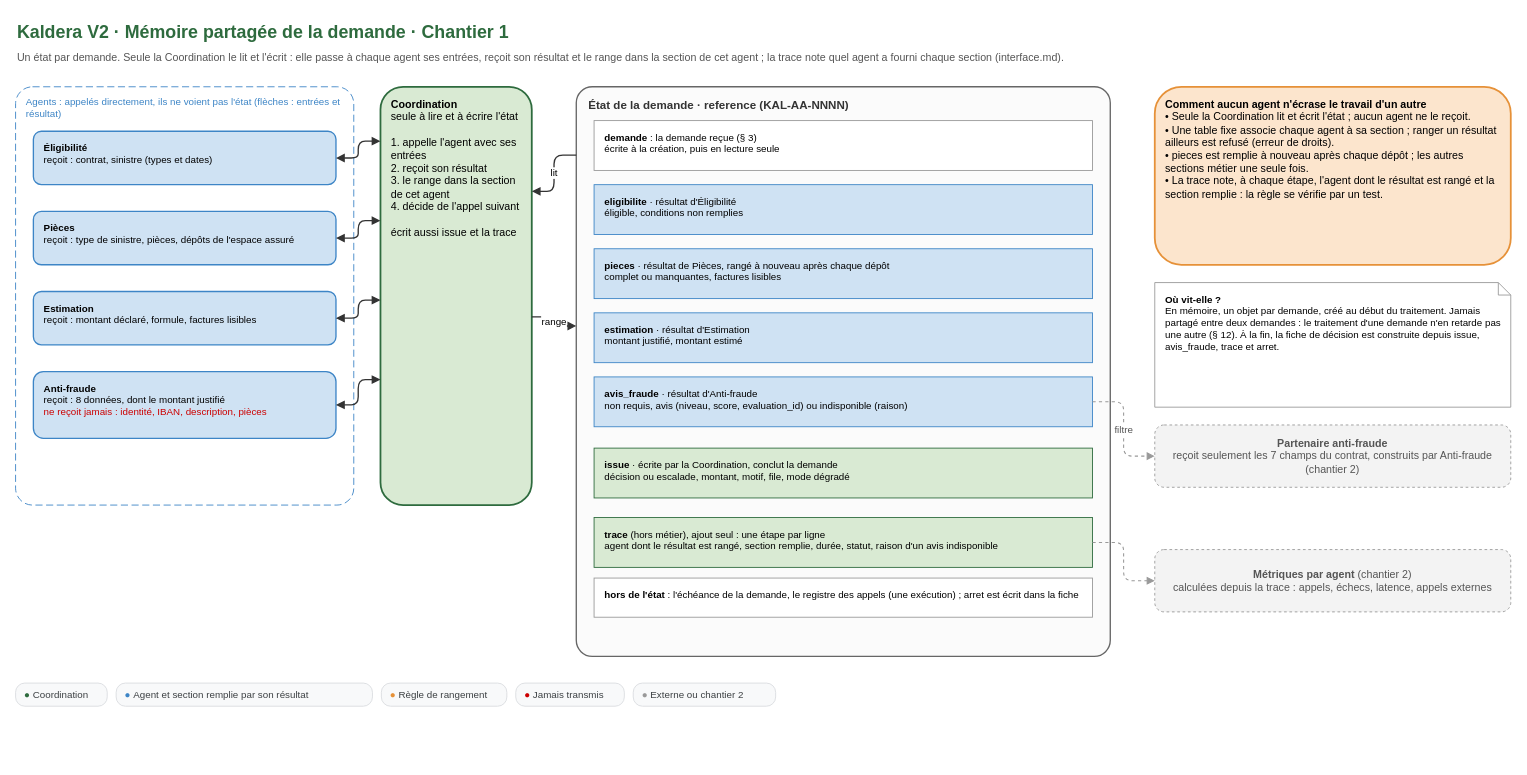
This is conception/schemas/schema-3-memoire-partagee.drawio from Ganda15/kaldera-bout-en-bout_v2, a draw.io file, before an edit. Source tidied: cells renumbered, new cells numbered last; positions are measured from the earlier drawing's top-left corner, leaving out a move shared by most shapes. Both pictures are drawn from the tidied source at 89%, with x=0, y=0 at pixel (15, 15).
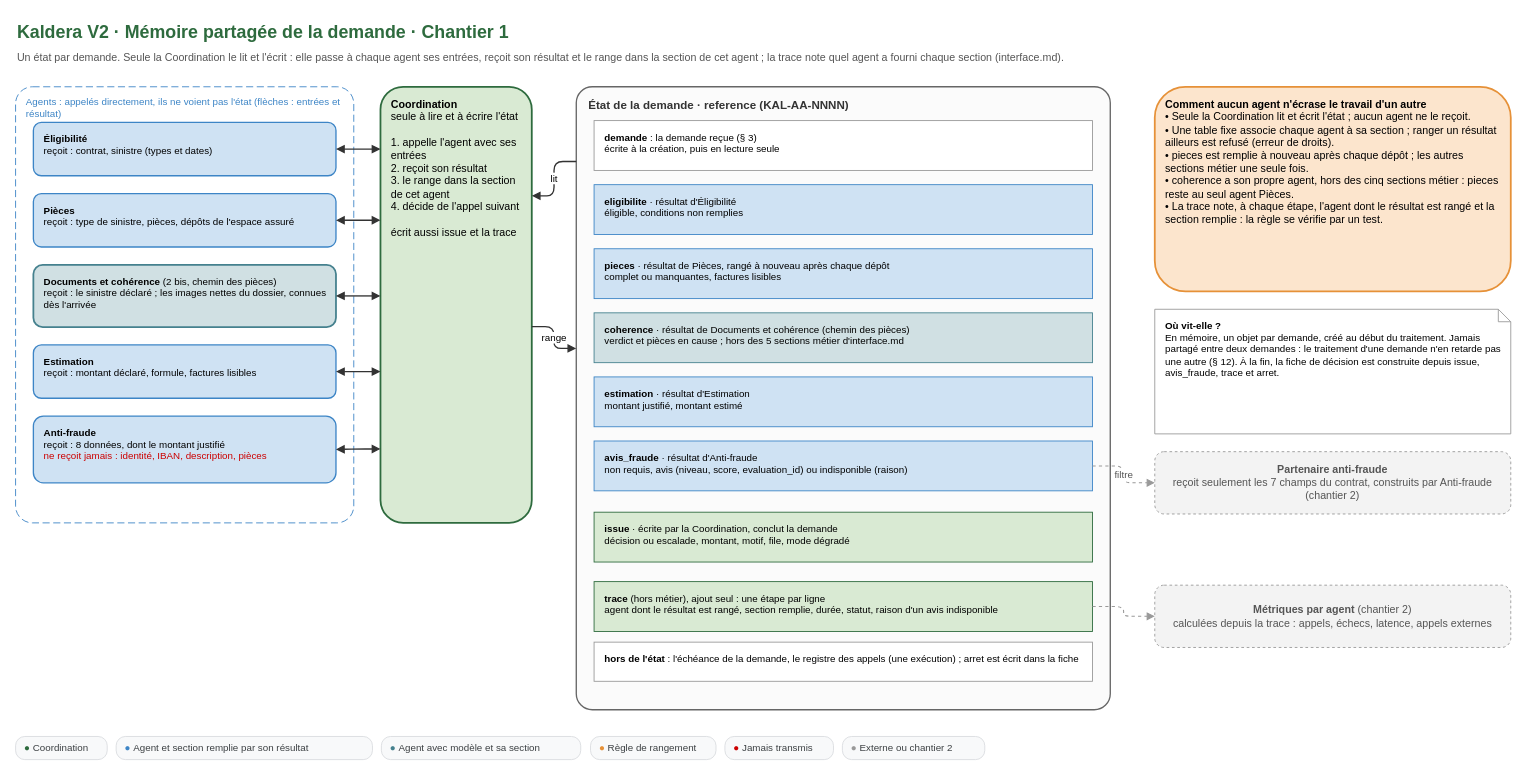
After the change.

Commit message (it also covers changes not shown here):
docs(schemas): schemas 0, 2, 3, 7 et N0 alignes sur l'agent Documents et coherence (depot de conception 9387fa4)

The edit, as a diff of the source:
```diff
@@
     <mxCell id="4" value="Agents : appelés directement, ils ne voient pas l'état (flèches : entrées et résultat)" style="rounded=1;arcSize=5;whiteSpace=wrap;html=1;fillColor=none;strokeColor=#3d85c6;dashed=1;dashPattern=8 4;verticalAlign=top;align=left;spacingLeft=10;spacingTop=4;fontFamily=Arial;fontSize=11;fontColor=#3d85c6;" parent="1" vertex="1">
-      <mxGeometry y="80" width="380" height="470" as="geometry" />
+      <mxGeometry y="80" width="380" height="490" as="geometry" />
     </mxCell>
     <mxCell id="5" value="&lt;b&gt;Éligibilité&lt;/b&gt;&lt;br&gt;reçoit : contrat, sinistre (types et dates)" style="whiteSpace=wrap;html=1;fontFamily=Arial;fontSize=12;align=left;spacingLeft=10;spacingRight=8;verticalAlign=top;spacingTop=6;rounded=1;fillColor=#cfe2f3;strokeColor=#3d85c6;strokeWidth=1.5;fontSize=11;" parent="1" vertex="1">
-      <mxGeometry x="20" y="130" width="340" height="60" as="geometry" />
+      <mxGeometry x="20" y="120" width="340" height="60" as="geometry" />
     </mxCell>
     <mxCell id="6" value="&lt;b&gt;Pièces&lt;/b&gt;&lt;br&gt;reçoit : type de sinistre, pièces, dépôts de l'espace assuré" style="whiteSpace=wrap;html=1;fontFamily=Arial;fontSize=12;align=left;spacingLeft=10;spacingRight=8;verticalAlign=top;spacingTop=6;rounded=1;fillColor=#cfe2f3;strokeColor=#3d85c6;strokeWidth=1.5;fontSize=11;" parent="1" vertex="1">
-      <mxGeometry x="20" y="220" width="340" height="60" as="geometry" />
+      <mxGeometry x="20" y="200" width="340" height="60" as="geometry" />
     </mxCell>
+    <mxCell id="36" value="&lt;b&gt;Documents et cohérence&lt;/b&gt; (2 bis, chemin des pièces)&lt;br&gt;reçoit : le sinistre déclaré ; les images nettes du dossier, connues dès l'arrivée" style="whiteSpace=wrap;html=1;fontFamily=Arial;fontSize=12;align=left;spacingLeft=10;spacingRight=8;verticalAlign=top;spacingTop=6;rounded=1;fillColor=#d0e0e3;strokeColor=#45818e;strokeWidth=2;fontSize=11;" parent="1" vertex="1">
+      <mxGeometry x="20" y="280" width="340" height="70" as="geometry" />
+    </mxCell>
     <mxCell id="7" value="&lt;b&gt;Estimation&lt;/b&gt;&lt;br&gt;reçoit : montant déclaré, formule, factures lisibles" style="whiteSpace=wrap;html=1;fontFamily=Arial;fontSize=12;align=left;spacingLeft=10;spacingRight=8;verticalAlign=top;spacingTop=6;rounded=1;fillColor=#cfe2f3;strokeColor=#3d85c6;strokeWidth=1.5;fontSize=11;" parent="1" vertex="1">
-      <mxGeometry x="20" y="310" width="340" height="60" as="geometry" />
+      <mxGeometry x="20" y="370" width="340" height="60" as="geometry" />
     </mxCell>
     <mxCell id="8" value="&lt;b&gt;Anti-fraude&lt;/b&gt;&lt;br&gt;reçoit : 8 données, dont le montant justifié&lt;br&gt;&lt;font color=&quot;#cc0000&quot;&gt;ne reçoit jamais : identité, IBAN, description, pièces&lt;/font&gt;" style="whiteSpace=wrap;html=1;fontFamily=Arial;fontSize=12;align=left;spacingLeft=10;spacingRight=8;verticalAlign=top;spacingTop=6;rounded=1;fillColor=#cfe2f3;strokeColor=#3d85c6;strokeWidth=1.5;fontSize=11;" parent="1" vertex="1">
-      <mxGeometry x="20" y="400" width="340" height="75" as="geometry" />
+      <mxGeometry x="20" y="450" width="340" height="75" as="geometry" />
     </mxCell>
     <mxCell id="9" value="&lt;b&gt;Coordination&lt;/b&gt;&lt;br&gt;seule à lire et à écrire l'état&lt;br&gt;&lt;br&gt;1. appelle l'agent avec ses entrées&lt;br&gt;2. reçoit son résultat&lt;br&gt;3. le range dans la section de cet agent&lt;br&gt;4. décide de l'appel suivant&lt;br&gt;&lt;br&gt;écrit aussi issue et la trace" style="whiteSpace=wrap;html=1;fontFamily=Arial;fontSize=12;align=left;spacingLeft=10;spacingRight=8;verticalAlign=top;spacingTop=6;rounded=1;fillColor=#d9ead3;strokeColor=#2E6B3E;strokeWidth=2;" parent="1" vertex="1">
-      <mxGeometry x="410" y="80" width="170" height="470" as="geometry" />
+      <mxGeometry x="410" y="80" width="170" height="490" as="geometry" />
     </mxCell>
     <mxCell id="10" value="État de la demande · reference (KAL-AA-NNNN)" style="rounded=1;arcSize=3;whiteSpace=wrap;html=1;fillColor=#fbfbfb;strokeColor=#666666;strokeWidth=1.5;verticalAlign=top;align=left;spacingLeft=12;spacingTop=6;fontFamily=Arial;fontSize=13;fontStyle=1;fontColor=#333333;" parent="1" vertex="1">
-      <mxGeometry x="630" y="80" width="600" height="640" as="geometry" />
+      <mxGeometry x="630" y="80" width="600" height="700" as="geometry" />
     </mxCell>
@@
+    <mxCell id="37" value="&lt;b&gt;coherence&lt;/b&gt; · résultat de Documents et cohérence (chemin des pièces)&lt;br&gt;verdict et pièces en cause ; hors des 5 sections métier d'interface.md" style="whiteSpace=wrap;html=1;fontFamily=Arial;fontSize=12;align=left;spacingLeft=10;spacingRight=8;verticalAlign=top;spacingTop=6;rounded=0;fillColor=#d0e0e3;strokeColor=#45818e;fontSize=11;" parent="1" vertex="1">
+      <mxGeometry x="650" y="334" width="560" height="56" as="geometry" />
+    </mxCell>
     <mxCell id="14" value="&lt;b&gt;estimation&lt;/b&gt; · résultat d'Estimation&lt;br&gt;montant justifié, montant estimé" style="whiteSpace=wrap;html=1;fontFamily=Arial;fontSize=12;align=left;spacingLeft=10;spacingRight=8;verticalAlign=top;spacingTop=6;rounded=0;fillColor=#cfe2f3;strokeColor=#3d85c6;fontSize=11;" parent="1" vertex="1">
-      <mxGeometry x="650" y="334" width="560" height="56" as="geometry" />
+      <mxGeometry x="650" y="406" width="560" height="56" as="geometry" />
     </mxCell>
     <mxCell id="15" value="&lt;b&gt;avis_fraude&lt;/b&gt; · résultat d'Anti-fraude&lt;br&gt;non requis, avis (niveau, score, evaluation_id) ou indisponible (raison)" style="whiteSpace=wrap;html=1;fontFamily=Arial;fontSize=12;align=left;spacingLeft=10;spacingRight=8;verticalAlign=top;spacingTop=6;rounded=0;fillColor=#cfe2f3;strokeColor=#3d85c6;fontSize=11;" parent="1" vertex="1">
-      <mxGeometry x="650" y="406" width="560" height="56" as="geometry" />
+      <mxGeometry x="650" y="478" width="560" height="56" as="geometry" />
     </mxCell>
     <mxCell id="16" value="&lt;b&gt;issue&lt;/b&gt; · écrite par la Coordination, conclut la demande&lt;br&gt;décision ou escalade, montant, motif, file, mode dégradé" style="whiteSpace=wrap;html=1;fontFamily=Arial;fontSize=12;align=left;spacingLeft=10;spacingRight=8;verticalAlign=top;spacingTop=6;rounded=0;fillColor=#d9ead3;strokeColor=#2E6B3E;fontSize=11;" parent="1" vertex="1">
-      <mxGeometry x="650" y="486" width="560" height="56" as="geometry" />
+      <mxGeometry x="650" y="558" width="560" height="56" as="geometry" />
     </mxCell>
     <mxCell id="17" value="&lt;b&gt;trace&lt;/b&gt; (hors métier), ajout seul : une étape par ligne&lt;br&gt;agent dont le résultat est rangé, section remplie, durée, statut, raison d'un avis indisponible" style="whiteSpace=wrap;html=1;fontFamily=Arial;fontSize=12;align=left;spacingLeft=10;spacingRight=8;verticalAlign=top;spacingTop=6;rounded=0;fillColor=#d9ead3;strokeColor=#2E6B3E;fontSize=11;" parent="1" vertex="1">
-      <mxGeometry x="650" y="564" width="560" height="56" as="geometry" />
+      <mxGeometry x="650" y="636" width="560" height="56" as="geometry" />
     </mxCell>
     <mxCell id="18" value="&lt;b&gt;hors de l'état&lt;/b&gt; : l'échéance de la demande, le registre des appels (une exécution) ; arret est écrit dans la fiche" style="whiteSpace=wrap;html=1;fontFamily=Arial;fontSize=12;align=left;spacingLeft=10;spacingRight=8;verticalAlign=top;spacingTop=6;rounded=0;fillColor=#ffffff;strokeColor=#999999;fontSize=11;" parent="1" vertex="1">
-      <mxGeometry x="650" y="632" width="560" height="44" as="geometry" />
+      <mxGeometry x="650" y="704" width="560" height="44" as="geometry" />
     </mxCell>
-    <mxCell id="19" style="edgeStyle=orthogonalEdgeStyle;rounded=1;html=1;fontFamily=Arial;fontSize=11;labelBackgroundColor=#ffffff;endArrow=block;endFill=1;strokeColor=#333333;strokeWidth=1.5;startArrow=block;startFill=1;exitX=0;exitY=0.13;exitDx=0;exitDy=0;entryX=1;entryY=0.5;entryDx=0;entryDy=0;" parent="1" edge="1" source="9" target="5">
+    <mxCell id="19" style="edgeStyle=orthogonalEdgeStyle;rounded=1;html=1;fontFamily=Arial;fontSize=11;labelBackgroundColor=#ffffff;endArrow=block;endFill=1;strokeColor=#333333;strokeWidth=1.5;startArrow=block;startFill=1;exitX=0;exitY=0.1429;exitDx=0;exitDy=0;entryX=1;entryY=0.5;entryDx=0;entryDy=0;" parent="1" edge="1" source="9" target="5">
       <mxGeometry relative="1" as="geometry" />
     </mxCell>
-    <mxCell id="20" style="edgeStyle=orthogonalEdgeStyle;rounded=1;html=1;fontFamily=Arial;fontSize=11;labelBackgroundColor=#ffffff;endArrow=block;endFill=1;strokeColor=#333333;strokeWidth=1.5;startArrow=block;startFill=1;exitX=0;exitY=0.32;exitDx=0;exitDy=0;entryX=1;entryY=0.5;entryDx=0;entryDy=0;" parent="1" edge="1" source="9" target="6">
+    <mxCell id="20" style="edgeStyle=orthogonalEdgeStyle;rounded=1;html=1;fontFamily=Arial;fontSize=11;labelBackgroundColor=#ffffff;endArrow=block;endFill=1;strokeColor=#333333;strokeWidth=1.5;startArrow=block;startFill=1;exitX=0;exitY=0.3061;exitDx=0;exitDy=0;entryX=1;entryY=0.5;entryDx=0;entryDy=0;" parent="1" edge="1" source="9" target="6">
       <mxGeometry relative="1" as="geometry" />
     </mxCell>
+    <mxCell id="38" style="edgeStyle=orthogonalEdgeStyle;rounded=1;html=1;fontFamily=Arial;fontSize=11;labelBackgroundColor=#ffffff;endArrow=block;endFill=1;strokeColor=#333333;strokeWidth=1.5;startArrow=block;startFill=1;exitX=0;exitY=0.4796;exitDx=0;exitDy=0;entryX=1;entryY=0.5;entryDx=0;entryDy=0;" parent="1" edge="1" source="9" target="36">
+      <mxGeometry relative="1" as="geometry" />
+    </mxCell>
-    <mxCell id="21" style="edgeStyle=orthogonalEdgeStyle;rounded=1;html=1;fontFamily=Arial;fontSize=11;labelBackgroundColor=#ffffff;endArrow=block;endFill=1;strokeColor=#333333;strokeWidth=1.5;startArrow=block;startFill=1;exitX=0;exitY=0.51;exitDx=0;exitDy=0;entryX=1;entryY=0.5;entryDx=0;entryDy=0;" parent="1" edge="1" source="9" target="7">
+    <mxCell id="21" style="edgeStyle=orthogonalEdgeStyle;rounded=1;html=1;fontFamily=Arial;fontSize=11;labelBackgroundColor=#ffffff;endArrow=block;endFill=1;strokeColor=#333333;strokeWidth=1.5;startArrow=block;startFill=1;exitX=0;exitY=0.6531;exitDx=0;exitDy=0;entryX=1;entryY=0.5;entryDx=0;entryDy=0;" parent="1" edge="1" source="9" target="7">
       <mxGeometry relative="1" as="geometry" />
     </mxCell>
-    <mxCell id="22" style="edgeStyle=orthogonalEdgeStyle;rounded=1;html=1;fontFamily=Arial;fontSize=11;labelBackgroundColor=#ffffff;endArrow=block;endFill=1;strokeColor=#333333;strokeWidth=1.5;startArrow=block;startFill=1;exitX=0;exitY=0.7000000000000001;exitDx=0;exitDy=0;entryX=1;entryY=0.5;entryDx=0;entryDy=0;" parent="1" edge="1" source="9" target="8">
+    <mxCell id="22" style="edgeStyle=orthogonalEdgeStyle;rounded=1;html=1;fontFamily=Arial;fontSize=11;labelBackgroundColor=#ffffff;endArrow=block;endFill=1;strokeColor=#333333;strokeWidth=1.5;startArrow=block;startFill=1;exitX=0;exitY=0.8306;exitDx=0;exitDy=0;entryX=1;entryY=0.5;entryDx=0;entryDy=0;" parent="1" edge="1" source="9" target="8">
       <mxGeometry relative="1" as="geometry" />
     </mxCell>
@@
-    <mxCell id="25" value="&lt;b&gt;Comment aucun agent n'écrase le travail d'un autre&lt;/b&gt;&lt;br&gt;• Seule la Coordination lit et écrit l'état ; aucun agent ne le reçoit.&lt;br&gt;• Une table fixe associe chaque agent à sa section ; ranger un résultat ailleurs est refusé (erreur de droits).&lt;br&gt;• pieces est remplie à nouveau après chaque dépôt ; les autres sections métier une seule fois.&lt;br&gt;• La trace note, à chaque étape, l'agent dont le résultat est rangé et la section remplie : la règle se vérifie par un test." style="whiteSpace=wrap;html=1;fontFamily=Arial;fontSize=12;align=left;spacingLeft=10;spacingRight=8;verticalAlign=top;spacingTop=6;rounded=1;fillColor=#fce5cd;strokeColor=#e69138;strokeWidth=2;" parent="1" vertex="1">
-      <mxGeometry x="1280" y="80" width="400" height="200" as="geometry" />
+    <mxCell id="25" value="&lt;b&gt;Comment aucun agent n'écrase le travail d'un autre&lt;/b&gt;&lt;br&gt;• Seule la Coordination lit et écrit l'état ; aucun agent ne le reçoit.&lt;br&gt;• Une table fixe associe chaque agent à sa section ; ranger un résultat ailleurs est refusé (erreur de droits).&lt;br&gt;• pieces est remplie à nouveau après chaque dépôt ; les autres sections métier une seule fois.&lt;br&gt;• coherence a son propre agent, hors des cinq sections métier : pieces reste au seul agent Pièces.&lt;br&gt;• La trace note, à chaque étape, l'agent dont le résultat est rangé et la section remplie : la règle se vérifie par un test." style="whiteSpace=wrap;html=1;fontFamily=Arial;fontSize=12;align=left;spacingLeft=10;spacingRight=8;verticalAlign=top;spacingTop=6;rounded=1;fillColor=#fce5cd;strokeColor=#e69138;strokeWidth=2;" parent="1" vertex="1">
+      <mxGeometry x="1280" y="80" width="400" height="230" as="geometry" />
     </mxCell>
     <mxCell id="26" value="&lt;b&gt;Où vit-elle ?&lt;/b&gt;&lt;br&gt;En mémoire, un objet par demande, créé au début du traitement. Jamais partagé entre deux demandes : le traitement d'une demande n'en retarde pas une autre (§ 12). À la fin, la fiche de décision est construite depuis issue, avis_fraude, trace et arret." style="whiteSpace=wrap;html=1;fontFamily=Arial;fontSize=12;align=left;spacingLeft=10;spacingRight=8;verticalAlign=top;spacingTop=6;shape=note;size=14;fillColor=#ffffff;strokeColor=#999999;fontSize=11;" parent="1" vertex="1">
-      <mxGeometry x="1280" y="300" width="400" height="140" as="geometry" />
+      <mxGeometry x="1280" y="330" width="400" height="140" as="geometry" />
     </mxCell>
     <mxCell id="27" value="&lt;b&gt;Partenaire anti-fraude&lt;/b&gt;&lt;br&gt;reçoit seulement les 7 champs du contrat, construits par Anti-fraude (chantier 2)" style="whiteSpace=wrap;html=1;fontFamily=Arial;fontSize=12;rounded=1;fillColor=#f3f3f3;strokeColor=#999999;dashed=1;fontColor=#555555;" parent="1" vertex="1">
-      <mxGeometry x="1280" y="460" width="400" height="70" as="geometry" />
+      <mxGeometry x="1280" y="490" width="400" height="70" as="geometry" />
     </mxCell>
     <mxCell id="28" value="&lt;b&gt;Métriques par agent&lt;/b&gt; (chantier 2)&lt;br&gt;calculées depuis la trace : appels, échecs, latence, appels externes" style="whiteSpace=wrap;html=1;fontFamily=Arial;fontSize=12;rounded=1;fillColor=#f3f3f3;strokeColor=#999999;dashed=1;fontColor=#555555;" parent="1" vertex="1">
-      <mxGeometry x="1280" y="600" width="400" height="70" as="geometry" />
+      <mxGeometry x="1280" y="640" width="400" height="70" as="geometry" />
     </mxCell>
@@
     <mxCell id="31" value="&lt;font color=&quot;#2E6B3E&quot;&gt;&amp;#9679;&lt;/font&gt;&amp;nbsp;Coordination" style="rounded=1;whiteSpace=nowrap;html=1;fillColor=#f8f9fa;strokeColor=#dadce0;fontSize=11;fontColor=#3c4043;align=left;spacingLeft=8;verticalAlign=middle;arcSize=40;" parent="1" vertex="1">
-      <mxGeometry y="750" width="103" height="26" as="geometry" />
+      <mxGeometry y="810" width="103" height="26" as="geometry" />
     </mxCell>
     <mxCell id="32" value="&lt;font color=&quot;#3d85c6&quot;&gt;&amp;#9679;&lt;/font&gt;&amp;nbsp;Agent et section remplie par son résultat" style="rounded=1;whiteSpace=nowrap;html=1;fillColor=#f8f9fa;strokeColor=#dadce0;fontSize=11;fontColor=#3c4043;align=left;spacingLeft=8;verticalAlign=middle;arcSize=40;" parent="1" vertex="1">
-      <mxGeometry x="113" y="750" width="288" height="26" as="geometry" />
+      <mxGeometry x="113" y="810" width="288" height="26" as="geometry" />
     </mxCell>
-    <mxCell id="33" value="&lt;font color=&quot;#e69138&quot;&gt;&amp;#9679;&lt;/font&gt;&amp;nbsp;Règle de rangement" style="rounded=1;whiteSpace=nowrap;html=1;fillColor=#f8f9fa;strokeColor=#dadce0;fontSize=11;fontColor=#3c4043;align=left;spacingLeft=8;verticalAlign=middle;arcSize=40;" parent="1" vertex="1">
-      <mxGeometry x="411" y="750" width="141" height="26" as="geometry" />
+    <mxCell id="33" value="&lt;font color=&quot;#45818e&quot;&gt;&amp;#9679;&lt;/font&gt;&amp;nbsp;Agent avec modèle et sa section" style="rounded=1;whiteSpace=nowrap;html=1;fillColor=#f8f9fa;strokeColor=#dadce0;fontSize=11;fontColor=#3c4043;align=left;spacingLeft=8;verticalAlign=middle;arcSize=40;" parent="1" vertex="1">
+      <mxGeometry x="411" y="810" width="224" height="26" as="geometry" />
     </mxCell>
-    <mxCell id="34" value="&lt;font color=&quot;#cc0000&quot;&gt;&amp;#9679;&lt;/font&gt;&amp;nbsp;Jamais transmis" style="rounded=1;whiteSpace=nowrap;html=1;fillColor=#f8f9fa;strokeColor=#dadce0;fontSize=11;fontColor=#3c4043;align=left;spacingLeft=8;verticalAlign=middle;arcSize=40;" parent="1" vertex="1">
-      <mxGeometry x="562" y="750" width="122" height="26" as="geometry" />
+    <mxCell id="34" value="&lt;font color=&quot;#e69138&quot;&gt;&amp;#9679;&lt;/font&gt;&amp;nbsp;Règle de rangement" style="rounded=1;whiteSpace=nowrap;html=1;fillColor=#f8f9fa;strokeColor=#dadce0;fontSize=11;fontColor=#3c4043;align=left;spacingLeft=8;verticalAlign=middle;arcSize=40;" parent="1" vertex="1">
+      <mxGeometry x="646" y="810" width="141" height="26" as="geometry" />
     </mxCell>
-    <mxCell id="35" value="&lt;font color=&quot;#999999&quot;&gt;&amp;#9679;&lt;/font&gt;&amp;nbsp;Externe ou chantier 2" style="rounded=1;whiteSpace=nowrap;html=1;fillColor=#f8f9fa;strokeColor=#dadce0;fontSize=11;fontColor=#3c4043;align=left;spacingLeft=8;verticalAlign=middle;arcSize=40;" parent="1" vertex="1">
-      <mxGeometry x="694" y="750" width="160" height="26" as="geometry" />
+    <mxCell id="35" value="&lt;font color=&quot;#cc0000&quot;&gt;&amp;#9679;&lt;/font&gt;&amp;nbsp;Jamais transmis" style="rounded=1;whiteSpace=nowrap;html=1;fillColor=#f8f9fa;strokeColor=#dadce0;fontSize=11;fontColor=#3c4043;align=left;spacingLeft=8;verticalAlign=middle;arcSize=40;" parent="1" vertex="1">
+      <mxGeometry x="797" y="810" width="122" height="26" as="geometry" />
     </mxCell>
+    <mxCell id="39" value="&lt;font color=&quot;#999999&quot;&gt;&amp;#9679;&lt;/font&gt;&amp;nbsp;Externe ou chantier 2" style="rounded=1;whiteSpace=nowrap;html=1;fillColor=#f8f9fa;strokeColor=#dadce0;fontSize=11;fontColor=#3c4043;align=left;spacingLeft=8;verticalAlign=middle;arcSize=40;" parent="1" vertex="1">
+      <mxGeometry x="929" y="810" width="160" height="26" as="geometry" />
+    </mxCell>
```
